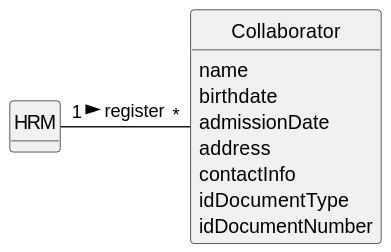
This is docs/sprintB/us003/02.analysis/svg/us003-domain-model.svg from diogoveirospro/lei-24-s2-1dg-g072, a PlantUML export, as it was before one commit.
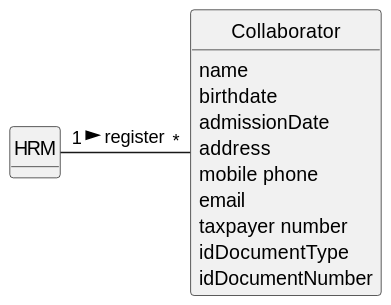
The same diagram one commit later.

Change to the diagram source:
```diff
@@ -13,7 +13,9 @@
      birthdate
      admissionDate
      address
-     contactInfo
+     mobile phone
+     email
+     taxpayer number
      idDocumentType
      idDocumentNumber
 }
```
